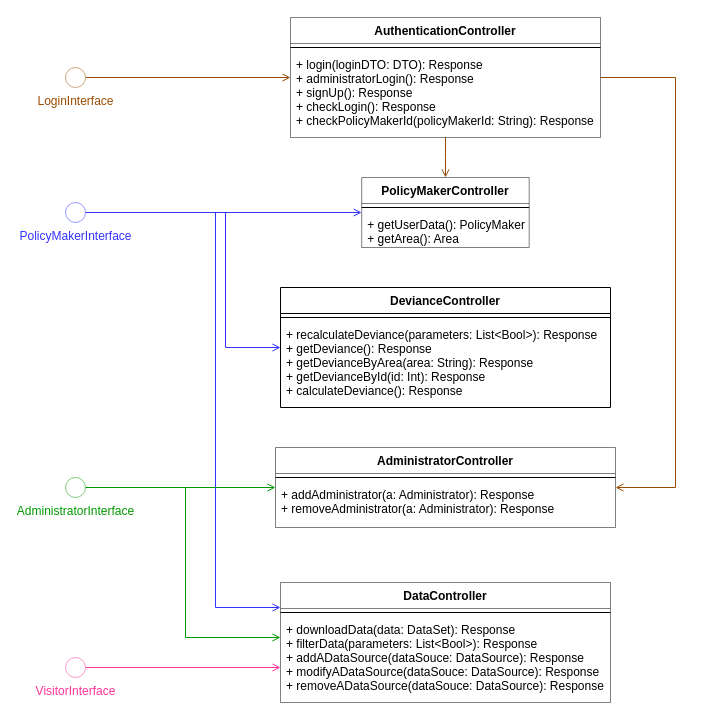
This is page "ComponentInterfaceAdministrator" (2 of 2) of DD Diagrams/ComponentInterfaces.drawio from matteovisotto/SE2-CecchettoSirianiVisotto, a draw.io file, before an edit. Source tidied: cells renumbered, new cells numbered last; positions are measured from the earlier drawing's top-left corner, leaving out a move shared by most shapes. Both pictures are drawn from the tidied source at 100%, with x=0, y=0 at pixel (65, 17).
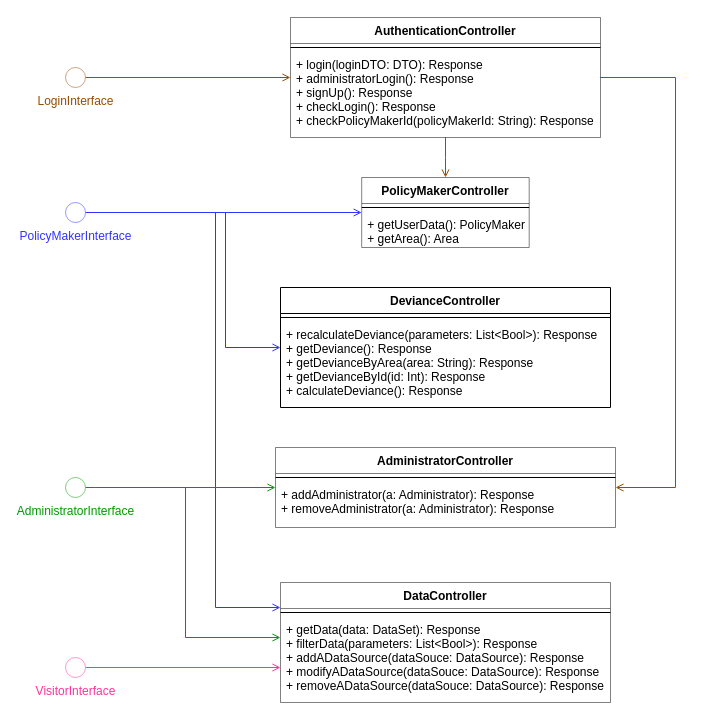
After the change.

Commit message (it also covers changes not shown here):
Finished sequence diagram.

Unchanged cells that the change refers to:
```xml
<mxCell id="19" value="DataController" style="swimlane;fontStyle=1;align=center;verticalAlign=top;horizontal=1;startSize=26;strokeWidth=0.5;" parent="1" vertex="1">
  <mxGeometry x="215" y="565" width="330" height="120" as="geometry" />
</mxCell>
```

Diff of the diagram source:
```diff
@@
-    <mxCell id="21" value="+ downloadData(data: DataSet): Response&#10;+ filterData(parameters: List&lt;Bool&gt;): Response&#10;+ addADataSource(dataSouce: DataSource): Response&#10;+ modifyADataSource(dataSouce: DataSource): Response&#10;+ removeADataSource(dataSouce: DataSource): Response" style="text;strokeColor=none;fillColor=none;align=left;verticalAlign=top;spacingLeft=4;spacingRight=4;overflow=hidden;" parent="19" vertex="1">
+    <mxCell id="21" value="+ getData(data: DataSet): Response&#10;+ filterData(parameters: List&lt;Bool&gt;): Response&#10;+ addADataSource(dataSouce: DataSource): Response&#10;+ modifyADataSource(dataSouce: DataSource): Response&#10;+ removeADataSource(dataSouce: DataSource): Response" style="text;strokeColor=none;fillColor=none;align=left;verticalAlign=top;spacingLeft=4;spacingRight=4;overflow=hidden;" parent="19" vertex="1">
       <mxGeometry y="34" width="330" height="86" as="geometry" />
     </mxCell>
```
